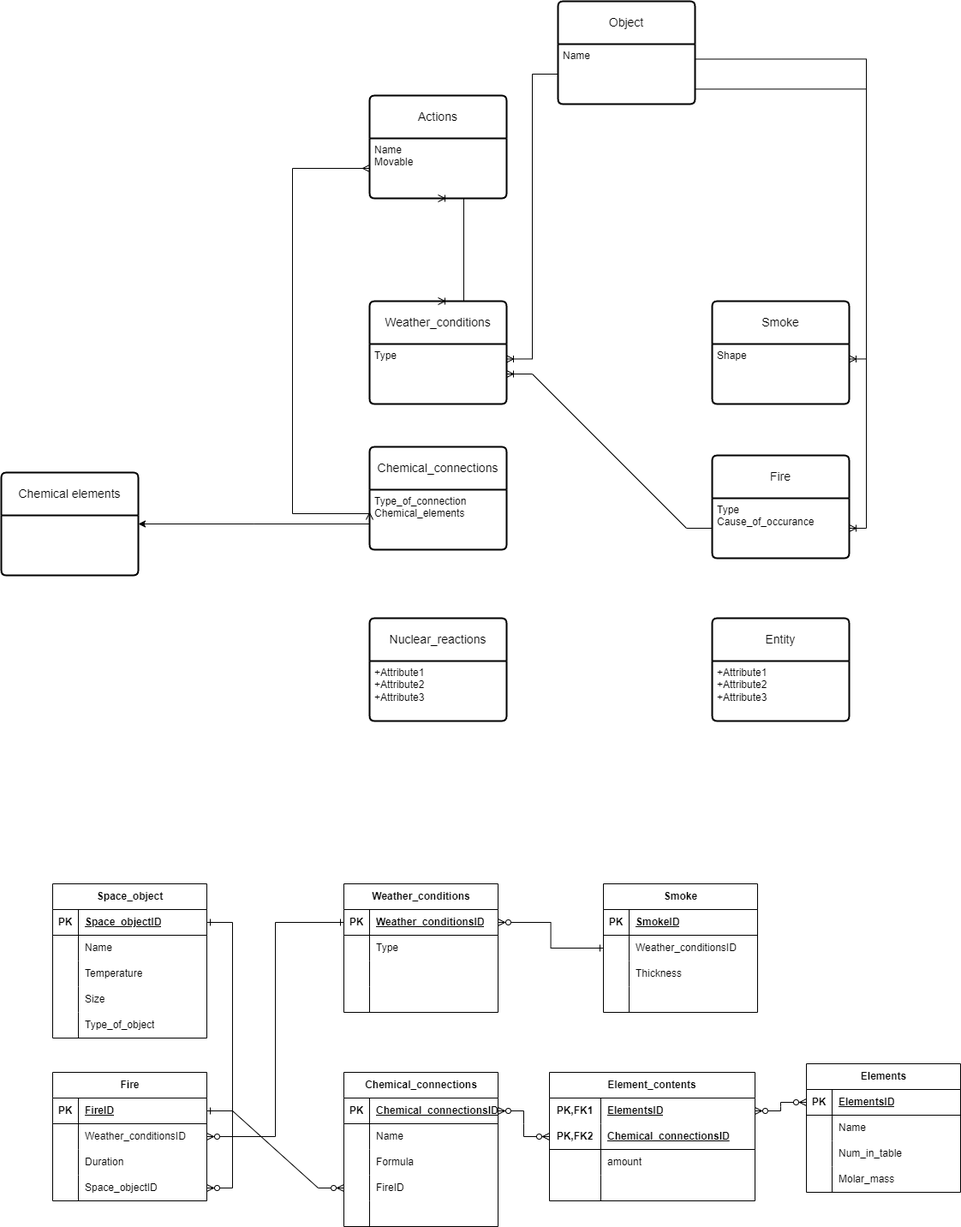
Above: Lab1/Untitled Diagram.drawio.png in UVA-dot/BDLab1 (draw.io), before the change. Source tidied: cells renumbered, new cells last; positions are measured from the earlier drawing's top-left corner, leaving out a move shared by most shapes.
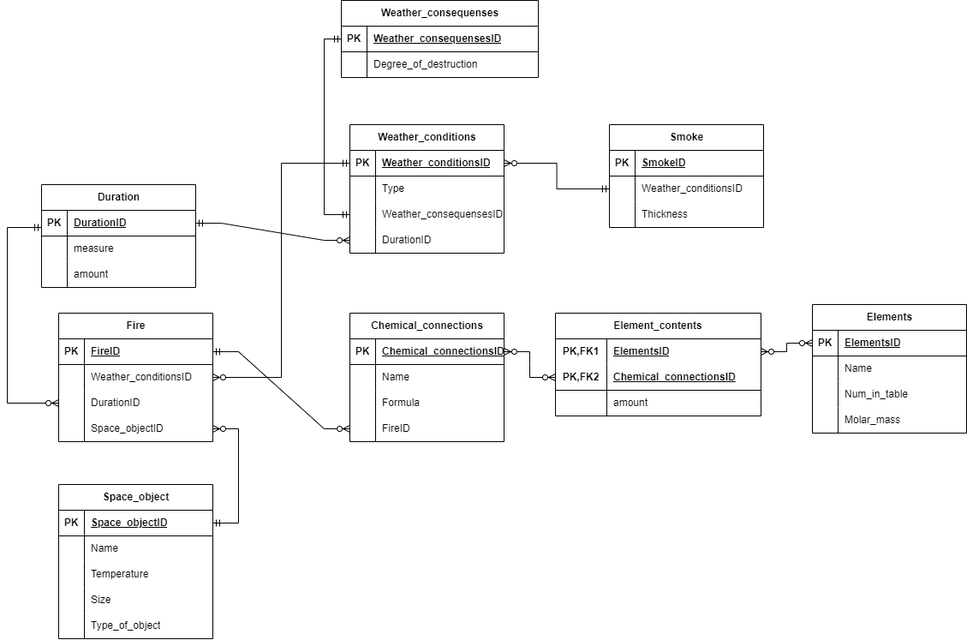
Above is the later version.

What changed in the source:
```diff
@@ -4,97 +4,2 @@
     <mxCell id="1" parent="0" />
-    <mxCell id="2" value="Weather_conditions" style="swimlane;horizontal=1;startSize=50;rounded=1;fontSize=14;fontStyle=0;strokeWidth=2;shadow=0;dashed=0;align=center;arcSize=4;whiteSpace=wrap;html=1;" parent="1" vertex="1">
-      <mxGeometry x="430" y="350" width="160" height="120" as="geometry" />
-    </mxCell>
-    <mxCell id="3" value="Type" style="align=left;strokeColor=none;fillColor=none;spacingLeft=4;fontSize=12;verticalAlign=top;html=1;" parent="2" vertex="1">
-      <mxGeometry y="50" width="160" height="70" as="geometry" />
-    </mxCell>
-    <mxCell id="4" value="Smoke" style="swimlane;horizontal=1;startSize=50;rounded=1;fontSize=14;fontStyle=0;strokeWidth=2;shadow=0;dashed=0;align=center;arcSize=4;whiteSpace=wrap;html=1;" parent="1" vertex="1">
-      <mxGeometry x="830" y="350" width="160" height="120" as="geometry" />
-    </mxCell>
-    <mxCell id="5" value="Shape&lt;div&gt;&lt;br&gt;&lt;/div&gt;" style="align=left;strokeColor=none;fillColor=none;spacingLeft=4;fontSize=12;verticalAlign=top;html=1;" parent="4" vertex="1">
-      <mxGeometry y="50" width="160" height="70" as="geometry" />
-    </mxCell>
-    <mxCell id="6" value="Fire" style="swimlane;horizontal=1;startSize=50;rounded=1;fontSize=14;fontStyle=0;strokeWidth=2;shadow=0;dashed=0;align=center;arcSize=4;whiteSpace=wrap;html=1;" parent="1" vertex="1">
-      <mxGeometry x="830" y="530" width="160" height="120" as="geometry" />
-    </mxCell>
-    <mxCell id="7" value="Type&lt;div&gt;Cause_of_occurance&lt;/div&gt;&lt;div&gt;&lt;br&gt;&lt;/div&gt;" style="align=left;strokeColor=none;fillColor=none;spacingLeft=4;fontSize=12;verticalAlign=top;html=1;" parent="6" vertex="1">
-      <mxGeometry y="50" width="160" height="70" as="geometry" />
-    </mxCell>
-    <mxCell id="8" value="Nuclear_reactions" style="swimlane;horizontal=1;startSize=50;rounded=1;fontSize=14;fontStyle=0;strokeWidth=2;shadow=0;dashed=0;align=center;arcSize=4;whiteSpace=wrap;html=1;" parent="1" vertex="1">
-      <mxGeometry x="430" y="720" width="160" height="120" as="geometry" />
-    </mxCell>
-    <mxCell id="9" value="+Attribute1&#10;+Attribute2&#10;+Attribute3" style="align=left;strokeColor=none;fillColor=none;spacingLeft=4;fontSize=12;verticalAlign=top;html=1;" parent="8" vertex="1">
-      <mxGeometry y="50" width="160" height="70" as="geometry" />
-    </mxCell>
-    <mxCell id="10" value="Entity" style="swimlane;horizontal=1;startSize=50;rounded=1;fontSize=14;fontStyle=0;strokeWidth=2;shadow=0;dashed=0;align=center;arcSize=4;whiteSpace=wrap;html=1;" parent="1" vertex="1">
-      <mxGeometry x="830" y="720" width="160" height="120" as="geometry" />
-    </mxCell>
-    <mxCell id="11" value="+Attribute1&#10;+Attribute2&#10;+Attribute3" style="align=left;strokeColor=none;fillColor=none;spacingLeft=4;fontSize=12;verticalAlign=top;html=1;" parent="10" vertex="1">
-      <mxGeometry y="50" width="160" height="70" as="geometry" />
-    </mxCell>
-    <mxCell id="12" style="edgeStyle=entityRelationEdgeStyle;fontSize=12;html=1;endArrow=ERoneToMany;startArrow=ERoneToMany;rounded=0;exitX=0.5;exitY=0;exitDx=0;exitDy=0;entryX=0.5;entryY=1;entryDx=0;entryDy=0;endFill=0;startFill=0;" parent="1" edge="1" source="2" target="14">
-      <mxGeometry relative="1" as="geometry">
-        <Array as="points">
-          <mxPoint x="510" y="290" />
-          <mxPoint x="480" y="300" />
-          <mxPoint x="460" y="280" />
-          <mxPoint x="550" y="280" />
-          <mxPoint x="540" y="270" />
-          <mxPoint x="540" y="250" />
-        </Array>
-      </mxGeometry>
-    </mxCell>
-    <mxCell id="13" value="Actions" style="swimlane;horizontal=1;startSize=50;rounded=1;fontSize=14;fontStyle=0;strokeWidth=2;shadow=0;dashed=0;align=center;arcSize=4;whiteSpace=wrap;html=1;" parent="1" vertex="1">
-      <mxGeometry x="430" y="110" width="160" height="120" as="geometry" />
-    </mxCell>
-    <mxCell id="14" value="Name&lt;div&gt;Movable&lt;/div&gt;" style="align=left;strokeColor=none;fillColor=none;spacingLeft=4;fontSize=12;verticalAlign=top;html=1;" parent="13" vertex="1">
-      <mxGeometry y="50" width="160" height="70" as="geometry" />
-    </mxCell>
-    <mxCell id="15" style="edgeStyle=entityRelationEdgeStyle;fontSize=12;html=1;endArrow=ERoneToMany;rounded=0;exitX=0;exitY=0.5;exitDx=0;exitDy=0;" parent="1" edge="1" source="7" target="3">
-      <mxGeometry relative="1" as="geometry">
-        <Array as="points">
-          <mxPoint x="700" y="535" />
-          <mxPoint x="680" y="475" />
-          <mxPoint x="620" y="480" />
-        </Array>
-      </mxGeometry>
-    </mxCell>
-    <mxCell id="16" style="fontSize=12;html=1;endArrow=ERmany;startArrow=ERmany;rounded=0;entryX=0;entryY=0.5;entryDx=0;entryDy=0;exitX=0;exitY=0.5;exitDx=0;exitDy=0;edgeStyle=orthogonalEdgeStyle;" parent="1" edge="1" source="19" target="14">
-      <mxGeometry relative="1" as="geometry">
-        <Array as="points">
-          <mxPoint x="430" y="598" />
-          <mxPoint x="340" y="598" />
-          <mxPoint x="340" y="195" />
-        </Array>
-      </mxGeometry>
-    </mxCell>
-    <mxCell id="17" style="edgeStyle=orthogonalEdgeStyle;rounded=0;jettySize=auto;html=1;exitX=0;exitY=0.75;exitDx=0;exitDy=0;" parent="1" edge="1" source="18">
-      <mxGeometry relative="1" as="geometry">
-        <mxPoint x="160" y="610" as="targetPoint" />
-      </mxGeometry>
-    </mxCell>
-    <mxCell id="18" value="Chemical_connections" style="swimlane;horizontal=1;startSize=50;rounded=1;fontSize=14;fontStyle=0;strokeWidth=2;shadow=0;dashed=0;align=center;arcSize=4;whiteSpace=wrap;html=1;" parent="1" vertex="1">
-      <mxGeometry x="430" y="520" width="160" height="120" as="geometry" />
-    </mxCell>
-    <mxCell id="19" value="Type_of_connection&lt;div&gt;Chemical_elements&lt;br&gt;&lt;div&gt;&lt;br&gt;&lt;/div&gt;&lt;/div&gt;" style="align=left;strokeColor=none;fillColor=none;spacingLeft=4;fontSize=12;verticalAlign=top;html=1;" parent="18" vertex="1">
-      <mxGeometry y="50" width="160" height="70" as="geometry" />
-    </mxCell>
-    <mxCell id="20" value="Object" style="swimlane;horizontal=1;startSize=50;rounded=1;fontSize=14;fontStyle=0;strokeWidth=2;shadow=0;dashed=0;align=center;arcSize=4;whiteSpace=wrap;html=1;" parent="1" vertex="1">
-      <mxGeometry x="650" width="160" height="120" as="geometry" />
-    </mxCell>
-    <mxCell id="21" value="Name" style="align=left;strokeColor=none;fillColor=none;spacingLeft=4;fontSize=12;verticalAlign=top;html=1;" parent="20" vertex="1">
-      <mxGeometry y="50" width="160" height="70" as="geometry" />
-    </mxCell>
-    <mxCell id="22" style="edgeStyle=orthogonalEdgeStyle;rounded=0;jettySize=auto;html=1;exitX=0;exitY=0.5;exitDx=0;exitDy=0;entryX=1;entryY=0.25;entryDx=0;entryDy=0;endArrow=ERoneToMany;endFill=0;" parent="1" edge="1" source="21" target="3">
-      <mxGeometry relative="1" as="geometry" />
-    </mxCell>
-    <mxCell id="23" style="edgeStyle=orthogonalEdgeStyle;rounded=0;jettySize=auto;html=1;exitX=1;exitY=0.25;exitDx=0;exitDy=0;entryX=1;entryY=0.25;entryDx=0;entryDy=0;endArrow=ERoneToMany;endFill=0;" parent="1" edge="1" source="21" target="5">
-      <mxGeometry relative="1" as="geometry" />
-    </mxCell>
-    <mxCell id="24" style="edgeStyle=orthogonalEdgeStyle;rounded=0;jettySize=auto;html=1;exitX=1;exitY=0.75;exitDx=0;exitDy=0;entryX=1;entryY=0.5;entryDx=0;entryDy=0;endArrow=ERoneToMany;endFill=0;" parent="1" edge="1" source="21" target="7">
-      <mxGeometry relative="1" as="geometry" />
-    </mxCell>
-    <mxCell id="25" value="Chemical elements" style="swimlane;horizontal=1;startSize=50;rounded=1;fontSize=14;fontStyle=0;strokeWidth=2;shadow=0;dashed=0;align=center;arcSize=4;whiteSpace=wrap;html=1;" parent="1" vertex="1">
-      <mxGeometry y="550" width="160" height="120" as="geometry" />
-    </mxCell>
     <mxCell id="26" value="Weather_conditions" style="shape=table;startSize=30;rowLines=0;fontStyle=1;align=center;html=1;" parent="1" vertex="1">
@@ -126,3 +31,3 @@
     </mxCell>
-    <mxCell id="35" style="shape=partialRectangle;fillColor=none;top=0;left=0;bottom=0;right=0;align=left;spacingLeft=6;overflow=hidden;whiteSpace=wrap;html=1;" parent="33" vertex="1">
+    <mxCell id="35" value="Weather_consequensesID" style="shape=partialRectangle;fillColor=none;top=0;left=0;bottom=0;right=0;align=left;spacingLeft=6;overflow=hidden;whiteSpace=wrap;html=1;" parent="33" vertex="1">
       <mxGeometry x="30" width="150" height="30" as="geometry" />
@@ -135,3 +40,3 @@
     </mxCell>
-    <mxCell id="38" style="shape=partialRectangle;fillColor=none;top=0;left=0;bottom=0;right=0;align=left;spacingLeft=6;overflow=hidden;whiteSpace=wrap;html=1;" parent="36" vertex="1">
+    <mxCell id="38" value="DurationID" style="shape=partialRectangle;fillColor=none;top=0;left=0;bottom=0;right=0;align=left;spacingLeft=6;overflow=hidden;whiteSpace=wrap;html=1;" parent="36" vertex="1">
       <mxGeometry x="30" width="150" height="30" as="geometry" />
@@ -139,3 +44,3 @@
     <mxCell id="39" value="Space_object" style="shape=table;startSize=30;rowLines=0;fontStyle=1;align=center;html=1;" parent="1" vertex="1">
-      <mxGeometry x="60" y="1030" width="180" height="180" as="geometry" />
+      <mxGeometry x="60" y="1450" width="180" height="180" as="geometry" />
     </mxCell>
@@ -186,3 +91,3 @@
     </mxCell>
-    <mxCell id="55" style="edgeStyle=orthogonalEdgeStyle;rounded=0;jettySize=auto;html=1;exitX=1;exitY=0.5;exitDx=0;exitDy=0;startArrow=ERzeroToMany;startFill=0;endArrow=ERone;endFill=0;" parent="1" edge="1" source="60" target="27">
+    <mxCell id="55" style="edgeStyle=orthogonalEdgeStyle;rounded=0;jettySize=auto;html=1;exitX=1;exitY=0.5;exitDx=0;exitDy=0;startArrow=ERzeroToMany;startFill=0;endArrow=ERmandOne;endFill=0;" parent="1" edge="1" source="60" target="27">
       <mxGeometry relative="1" as="geometry" />
@@ -216,3 +121,3 @@
     </mxCell>
-    <mxCell id="65" value="Duration" style="shape=partialRectangle;fillColor=none;top=0;left=0;bottom=0;right=0;align=left;spacingLeft=6;overflow=hidden;whiteSpace=wrap;html=1;" parent="63" vertex="1">
+    <mxCell id="65" value="DurationID" style="shape=partialRectangle;fillColor=none;top=0;left=0;bottom=0;right=0;align=left;spacingLeft=6;overflow=hidden;whiteSpace=wrap;html=1;" parent="63" vertex="1">
       <mxGeometry x="30" width="150" height="30" as="geometry" />
@@ -229,3 +134,3 @@
     <mxCell id="69" value="Chemical_connections" style="shape=table;startSize=30;rowLines=0;fontStyle=1;align=center;html=1;" parent="1" vertex="1">
-      <mxGeometry x="400" y="1250" width="180" height="180" as="geometry" />
+      <mxGeometry x="400" y="1250" width="180" height="150" as="geometry" />
     </mxCell>
@@ -267,13 +172,4 @@
     </mxCell>
-    <mxCell id="82" style="shape=tableRow;horizontal=0;startSize=0;swimlaneHead=0;swimlaneBody=0;fillColor=none;top=0;left=0;right=0;bottom=0;" parent="69" vertex="1">
-      <mxGeometry y="150" width="180" height="30" as="geometry" />
-    </mxCell>
-    <mxCell id="83" style="shape=partialRectangle;fillColor=none;top=0;left=0;bottom=0;right=0;overflow=hidden;whiteSpace=wrap;html=1;" parent="82" vertex="1">
-      <mxGeometry width="30" height="30" as="geometry" />
-    </mxCell>
-    <mxCell id="84" style="shape=partialRectangle;fillColor=none;top=0;left=0;bottom=0;right=0;align=left;spacingLeft=6;overflow=hidden;whiteSpace=wrap;html=1;" parent="82" vertex="1">
-      <mxGeometry x="30" width="150" height="30" as="geometry" />
-    </mxCell>
     <mxCell id="85" value="Smoke" style="shape=table;startSize=30;rowLines=0;fontStyle=1;align=center;html=1;" parent="1" vertex="1">
-      <mxGeometry x="703" y="1030" width="180" height="150" as="geometry" />
+      <mxGeometry x="703" y="1030" width="180" height="120" as="geometry" />
     </mxCell>
@@ -306,15 +202,6 @@
     </mxCell>
-    <mxCell id="95" style="shape=tableRow;horizontal=0;startSize=0;swimlaneHead=0;swimlaneBody=0;fillColor=none;top=0;left=0;right=0;bottom=0;" parent="85" vertex="1">
-      <mxGeometry y="120" width="180" height="30" as="geometry" />
-    </mxCell>
-    <mxCell id="96" style="shape=partialRectangle;fillColor=none;top=0;left=0;bottom=0;right=0;overflow=hidden;whiteSpace=wrap;html=1;" parent="95" vertex="1">
-      <mxGeometry width="30" height="30" as="geometry" />
-    </mxCell>
-    <mxCell id="97" style="shape=partialRectangle;fillColor=none;top=0;left=0;bottom=0;right=0;align=left;spacingLeft=6;overflow=hidden;whiteSpace=wrap;html=1;" parent="95" vertex="1">
-      <mxGeometry x="30" width="150" height="30" as="geometry" />
-    </mxCell>
-    <mxCell id="98" style="edgeStyle=orthogonalEdgeStyle;rounded=0;jettySize=auto;html=1;entryX=0;entryY=0.5;entryDx=0;entryDy=0;startArrow=ERzeroToMany;startFill=0;endArrow=ERone;endFill=0;" parent="1" edge="1" source="27" target="89">
+    <mxCell id="98" style="edgeStyle=orthogonalEdgeStyle;rounded=0;jettySize=auto;html=1;entryX=0;entryY=0.5;entryDx=0;entryDy=0;startArrow=ERzeroToMany;startFill=0;endArrow=ERmandOne;endFill=0;" parent="1" edge="1" source="27" target="89">
       <mxGeometry relative="1" as="geometry" />
     </mxCell>
-    <mxCell id="99" style="edgeStyle=entityRelationEdgeStyle;fontSize=12;html=1;endArrow=ERzeroToMany;rounded=0;exitX=1;exitY=0.5;exitDx=0;exitDy=0;entryX=1;entryY=0.5;entryDx=0;entryDy=0;startArrow=ERone;startFill=0;endFill=0;" parent="1" edge="1" source="40" target="66">
+    <mxCell id="99" style="edgeStyle=entityRelationEdgeStyle;fontSize=12;html=1;endArrow=ERzeroToMany;rounded=0;exitX=1;exitY=0.5;exitDx=0;exitDy=0;entryX=1;entryY=0.5;entryDx=0;entryDy=0;startArrow=ERmandOne;startFill=0;endFill=0;" parent="1" edge="1" source="40" target="66">
       <mxGeometry relative="1" as="geometry">
@@ -325,3 +212,3 @@
     </mxCell>
-    <mxCell id="100" style="edgeStyle=entityRelationEdgeStyle;fontSize=12;html=1;endArrow=ERzeroToMany;endFill=1;rounded=0;exitX=1;exitY=0.5;exitDx=0;exitDy=0;entryX=0;entryY=0.5;entryDx=0;entryDy=0;startArrow=ERone;startFill=0;" parent="1" edge="1" source="57" target="79">
+    <mxCell id="100" style="edgeStyle=entityRelationEdgeStyle;fontSize=12;html=1;endArrow=ERzeroToMany;endFill=1;rounded=0;exitX=1;exitY=0.5;exitDx=0;exitDy=0;entryX=0;entryY=0.5;entryDx=0;entryDy=0;startArrow=ERmandOne;startFill=0;" parent="1" edge="1" source="57" target="79">
       <mxGeometry relative="1" as="geometry">
@@ -333,3 +220,3 @@
     <mxCell id="101" value="Element_contents" style="shape=table;startSize=30;rowLines=0;fontStyle=1;align=center;html=1;whiteSpace=wrap;" parent="1" vertex="1">
-      <mxGeometry x="640" y="1250" width="240" height="150" as="geometry" />
+      <mxGeometry x="640" y="1250" width="240" height="120" as="geometry" />
     </mxCell>
@@ -362,11 +249,2 @@
     </mxCell>
-    <mxCell id="111" style="shape=tableRow;horizontal=0;startSize=0;swimlaneHead=0;swimlaneBody=0;fillColor=none;top=0;left=0;right=0;bottom=0;html=1;" parent="101" vertex="1">
-      <mxGeometry y="120" width="240" height="30" as="geometry" />
-    </mxCell>
-    <mxCell id="112" style="shape=partialRectangle;fillColor=none;top=0;left=0;bottom=0;right=0;overflow=hidden;html=1;whiteSpace=wrap;" parent="111" vertex="1">
-      <mxGeometry width="60" height="30" as="geometry" />
-    </mxCell>
-    <mxCell id="113" style="shape=partialRectangle;fillColor=none;top=0;left=0;bottom=0;right=0;align=left;spacingLeft=6;overflow=hidden;html=1;whiteSpace=wrap;" parent="111" vertex="1">
-      <mxGeometry x="60" width="180" height="30" as="geometry" />
-    </mxCell>
     <mxCell id="114" style="edgeStyle=entityRelationEdgeStyle;fontSize=12;html=1;endArrow=ERzeroToMany;endFill=1;startArrow=ERzeroToMany;rounded=0;exitX=1;exitY=0.5;exitDx=0;exitDy=0;entryX=0;entryY=0.5;entryDx=0;entryDy=0;" parent="1" edge="1" source="70" target="105">
@@ -416,2 +294,72 @@
     </mxCell>
+    <mxCell id="129" value="Weather_consequenses" style="shape=table;startSize=30;rowLines=0;fontStyle=1;align=center;html=1;" parent="1" vertex="1">
+      <mxGeometry x="390" y="885" width="230" height="90" as="geometry" />
+    </mxCell>
+    <mxCell id="130" style="shape=tableRow;horizontal=0;startSize=0;swimlaneHead=0;swimlaneBody=0;fillColor=none;points=[[0,0.5],[1,0.5]];portConstraint=eastwest;top=0;left=0;right=0;bottom=1;" parent="129" vertex="1">
+      <mxGeometry y="30" width="230" height="30" as="geometry" />
+    </mxCell>
+    <mxCell id="131" value="PK" style="shape=partialRectangle;fillColor=none;top=0;left=0;bottom=0;right=0;fontStyle=1;overflow=hidden;whiteSpace=wrap;html=1;" parent="130" vertex="1">
+      <mxGeometry width="30" height="30" as="geometry" />
+    </mxCell>
+    <mxCell id="132" value="&lt;span style=&quot;text-align: center; text-wrap: nowrap;&quot;&gt;Weather_consequensesID&lt;/span&gt;" style="shape=partialRectangle;fillColor=none;top=0;left=0;bottom=0;right=0;align=left;spacingLeft=6;fontStyle=5;overflow=hidden;whiteSpace=wrap;html=1;" parent="130" vertex="1">
+      <mxGeometry x="30" width="200" height="30" as="geometry" />
+    </mxCell>
+    <mxCell id="133" style="shape=tableRow;horizontal=0;startSize=0;swimlaneHead=0;swimlaneBody=0;fillColor=none;top=0;left=0;right=0;bottom=0;" parent="129" vertex="1">
+      <mxGeometry y="60" width="230" height="30" as="geometry" />
+    </mxCell>
+    <mxCell id="134" style="shape=partialRectangle;fillColor=none;top=0;left=0;bottom=0;right=0;overflow=hidden;whiteSpace=wrap;html=1;" parent="133" vertex="1">
+      <mxGeometry width="30" height="30" as="geometry" />
+    </mxCell>
+    <mxCell id="135" value="Degree_of_destruction" style="shape=partialRectangle;fillColor=none;top=0;left=0;bottom=0;right=0;align=left;spacingLeft=6;overflow=hidden;whiteSpace=wrap;html=1;" parent="133" vertex="1">
+      <mxGeometry x="30" width="200" height="30" as="geometry" />
+    </mxCell>
+    <mxCell id="136" style="edgeStyle=elbowEdgeStyle;fontSize=12;html=1;endArrow=ERmandOne;startArrow=ERmandOne;rounded=0;entryX=0;entryY=0.5;entryDx=0;entryDy=0;" parent="1" edge="1" target="130">
+      <mxGeometry relative="1" as="geometry">
+        <mxPoint x="400" y="1135" as="sourcePoint" />
+        <Array as="points">
+          <mxPoint x="370" y="950" />
+        </Array>
+      </mxGeometry>
+    </mxCell>
+    <mxCell id="137" value="Duration" style="shape=table;startSize=30;rowLines=0;fontStyle=1;align=center;html=1;" parent="1" vertex="1">
+      <mxGeometry x="40" y="1100" width="180" height="120" as="geometry" />
+    </mxCell>
+    <mxCell id="138" style="shape=tableRow;horizontal=0;startSize=0;swimlaneHead=0;swimlaneBody=0;fillColor=none;points=[[0,0.5],[1,0.5]];portConstraint=eastwest;top=0;left=0;right=0;bottom=1;" parent="137" vertex="1">
+      <mxGeometry y="30" width="180" height="30" as="geometry" />
+    </mxCell>
+    <mxCell id="139" value="PK" style="shape=partialRectangle;fillColor=none;top=0;left=0;bottom=0;right=0;fontStyle=1;overflow=hidden;whiteSpace=wrap;html=1;" parent="138" vertex="1">
+      <mxGeometry width="30" height="30" as="geometry" />
+    </mxCell>
+    <mxCell id="140" value="DurationID" style="shape=partialRectangle;fillColor=none;top=0;left=0;bottom=0;right=0;align=left;spacingLeft=6;fontStyle=5;overflow=hidden;whiteSpace=wrap;html=1;" parent="138" vertex="1">
+      <mxGeometry x="30" width="150" height="30" as="geometry" />
+    </mxCell>
+    <mxCell id="141" style="shape=tableRow;horizontal=0;startSize=0;swimlaneHead=0;swimlaneBody=0;fillColor=none;top=0;left=0;right=0;bottom=0;" parent="137" vertex="1">
+      <mxGeometry y="60" width="180" height="30" as="geometry" />
+    </mxCell>
+    <mxCell id="142" style="shape=partialRectangle;fillColor=none;top=0;left=0;bottom=0;right=0;overflow=hidden;whiteSpace=wrap;html=1;" parent="141" vertex="1">
+      <mxGeometry width="30" height="30" as="geometry" />
+    </mxCell>
+    <mxCell id="143" value="measure" style="shape=partialRectangle;fillColor=none;top=0;left=0;bottom=0;right=0;align=left;spacingLeft=6;overflow=hidden;whiteSpace=wrap;html=1;" parent="141" vertex="1">
+      <mxGeometry x="30" width="150" height="30" as="geometry" />
+    </mxCell>
+    <mxCell id="144" style="shape=tableRow;horizontal=0;startSize=0;swimlaneHead=0;swimlaneBody=0;fillColor=none;top=0;left=0;right=0;bottom=0;" parent="137" vertex="1">
+      <mxGeometry y="90" width="180" height="30" as="geometry" />
+    </mxCell>
+    <mxCell id="145" style="shape=partialRectangle;fillColor=none;top=0;left=0;bottom=0;right=0;overflow=hidden;whiteSpace=wrap;html=1;" parent="144" vertex="1">
+      <mxGeometry width="30" height="30" as="geometry" />
+    </mxCell>
+    <mxCell id="146" value="amount" style="shape=partialRectangle;fillColor=none;top=0;left=0;bottom=0;right=0;align=left;spacingLeft=6;overflow=hidden;whiteSpace=wrap;html=1;" parent="144" vertex="1">
+      <mxGeometry x="30" width="150" height="30" as="geometry" />
+    </mxCell>
+    <mxCell id="147" style="edgeStyle=orthogonalEdgeStyle;fontSize=12;html=1;endArrow=ERzeroToMany;startArrow=ERmandOne;rounded=0;" parent="1" edge="1" source="138" target="63">
+      <mxGeometry relative="1" as="geometry">
+        <Array as="points">
+          <mxPoint y="1150" />
+          <mxPoint y="1355" />
+        </Array>
+      </mxGeometry>
+    </mxCell>
+    <mxCell id="148" style="edgeStyle=entityRelationEdgeStyle;fontSize=12;html=1;endArrow=ERzeroToMany;startArrow=ERmandOne;rounded=0;exitX=1;exitY=0.5;exitDx=0;exitDy=0;entryX=0;entryY=0.5;entryDx=0;entryDy=0;" parent="1" edge="1" source="138" target="36">
+      <mxGeometry relative="1" as="geometry" />
+    </mxCell>
   </root>
```
